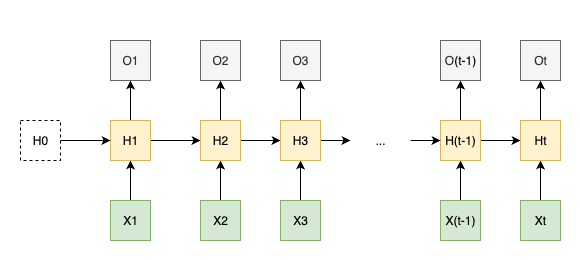
The draw.io diagram assets/images/RNN unrolled architecture.png in Wayne82/wayne82.github.io, before a commit. Source tidied: cells renumbered, new cells last; positions are measured from the earlier drawing's top-left corner, leaving out a move shared by most shapes.
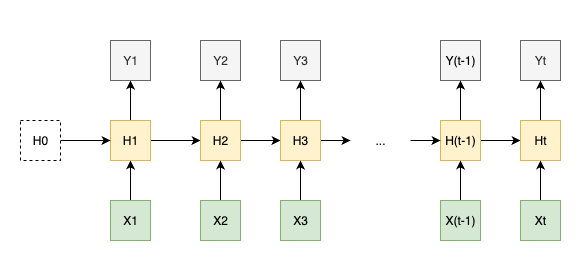
The same diagram one commit later.

Diff of the diagram source:
```diff
@@ -20,7 +20,7 @@
     <mxCell id="7" value="H1" style="rectangle;whiteSpace=wrap;html=1;fillColor=#fff2cc;strokeColor=#d6b656;" parent="1" vertex="1">
       <mxGeometry x="110" y="120" width="40" height="40" as="geometry" />
     </mxCell>
-    <mxCell id="8" value="O1" style="rectangle;whiteSpace=wrap;html=1;fillColor=#f5f5f5;fontColor=#333333;strokeColor=#666666;" parent="1" vertex="1">
+    <mxCell id="8" value="Y1" style="rectangle;whiteSpace=wrap;html=1;fillColor=#f5f5f5;fontColor=#333333;strokeColor=#666666;" parent="1" vertex="1">
       <mxGeometry x="110" y="40" width="40" height="40" as="geometry" />
     </mxCell>
     <mxCell id="9" style="edgeStyle=orthogonalEdgeStyle;rounded=0;jettySize=auto;html=1;" parent="1" edge="1" source="10" target="13">
@@ -38,7 +38,7 @@
     <mxCell id="13" value="H2" style="rectangle;whiteSpace=wrap;html=1;fillColor=#fff2cc;strokeColor=#d6b656;" parent="1" vertex="1">
       <mxGeometry x="200" y="120" width="40" height="40" as="geometry" />
     </mxCell>
-    <mxCell id="14" value="O2" style="rectangle;whiteSpace=wrap;html=1;fillColor=#f5f5f5;fontColor=#333333;strokeColor=#666666;" parent="1" vertex="1">
+    <mxCell id="14" value="Y2" style="rectangle;whiteSpace=wrap;html=1;fillColor=#f5f5f5;fontColor=#333333;strokeColor=#666666;" parent="1" vertex="1">
       <mxGeometry x="200" y="40" width="40" height="40" as="geometry" />
     </mxCell>
     <mxCell id="15" style="edgeStyle=orthogonalEdgeStyle;rounded=0;jettySize=auto;html=1;" parent="1" edge="1" source="16" target="19">
@@ -56,7 +56,7 @@
     <mxCell id="19" value="H3" style="rectangle;whiteSpace=wrap;html=1;fillColor=#fff2cc;strokeColor=#d6b656;" parent="1" vertex="1">
       <mxGeometry x="280" y="120" width="40" height="40" as="geometry" />
     </mxCell>
-    <mxCell id="20" value="O3" style="rectangle;whiteSpace=wrap;html=1;fillColor=#f5f5f5;fontColor=#333333;strokeColor=#666666;" parent="1" vertex="1">
+    <mxCell id="20" value="Y3" style="rectangle;whiteSpace=wrap;html=1;fillColor=#f5f5f5;fontColor=#333333;strokeColor=#666666;" parent="1" vertex="1">
       <mxGeometry x="280" y="40" width="40" height="40" as="geometry" />
     </mxCell>
     <mxCell id="21" style="edgeStyle=orthogonalEdgeStyle;rounded=0;jettySize=auto;html=1;" parent="1" edge="1" source="22" target="25">
@@ -74,7 +74,7 @@
     <mxCell id="25" value="H(t-1)" style="rectangle;whiteSpace=wrap;html=1;fillColor=#fff2cc;strokeColor=#d6b656;" parent="1" vertex="1">
       <mxGeometry x="440" y="120" width="40" height="40" as="geometry" />
     </mxCell>
-    <mxCell id="26" value="O&lt;span style=&quot;color: rgb(0, 0, 0);&quot;&gt;(t-1)&lt;/span&gt;" style="rectangle;whiteSpace=wrap;html=1;fillColor=#f5f5f5;fontColor=#333333;strokeColor=#666666;" parent="1" vertex="1">
+    <mxCell id="26" value="&lt;span style=&quot;color: rgb(0, 0, 0);&quot;&gt;Y&lt;/span&gt;&lt;span style=&quot;color: rgb(0, 0, 0);&quot;&gt;(t-1)&lt;/span&gt;" style="rectangle;whiteSpace=wrap;html=1;fillColor=#f5f5f5;fontColor=#333333;strokeColor=#666666;" parent="1" vertex="1">
       <mxGeometry x="440" y="40" width="40" height="40" as="geometry" />
     </mxCell>
     <mxCell id="27" style="edgeStyle=orthogonalEdgeStyle;rounded=0;jettySize=auto;html=1;" parent="1" edge="1" source="28" target="25">
@@ -95,7 +95,7 @@
     <mxCell id="32" value="Ht" style="rectangle;whiteSpace=wrap;html=1;fillColor=#fff2cc;strokeColor=#d6b656;" parent="1" vertex="1">
       <mxGeometry x="520" y="120" width="40" height="40" as="geometry" />
     </mxCell>
-    <mxCell id="33" value="Ot" style="rectangle;whiteSpace=wrap;html=1;fillColor=#f5f5f5;fontColor=#333333;strokeColor=#666666;" parent="1" vertex="1">
+    <mxCell id="33" value="Yt" style="rectangle;whiteSpace=wrap;html=1;fillColor=#f5f5f5;fontColor=#333333;strokeColor=#666666;" parent="1" vertex="1">
       <mxGeometry x="520" y="40" width="40" height="40" as="geometry" />
     </mxCell>
     <mxCell id="34" style="edgeStyle=orthogonalEdgeStyle;rounded=0;jettySize=auto;html=1;" parent="1" edge="1" source="35" target="7">
```
